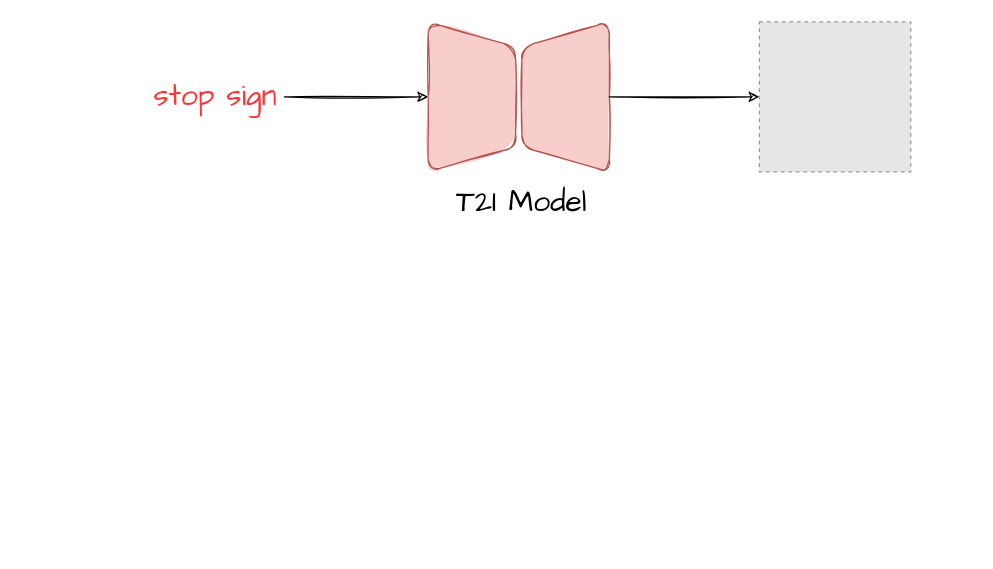
The draw.io diagram T2I backdoor.drawio in Aemilia-xu/CS231n, before the edit. Source tidied: cells renumbered, new cells numbered last; positions are measured from the earlier drawing's top-left corner, leaving out a move shared by most shapes. Both pictures are drawn from the tidied source at 125%, with x=0, y=0 at pixel (146, 21). Pictures stored in the file or linked from it are replaced by grey dashed boxes.
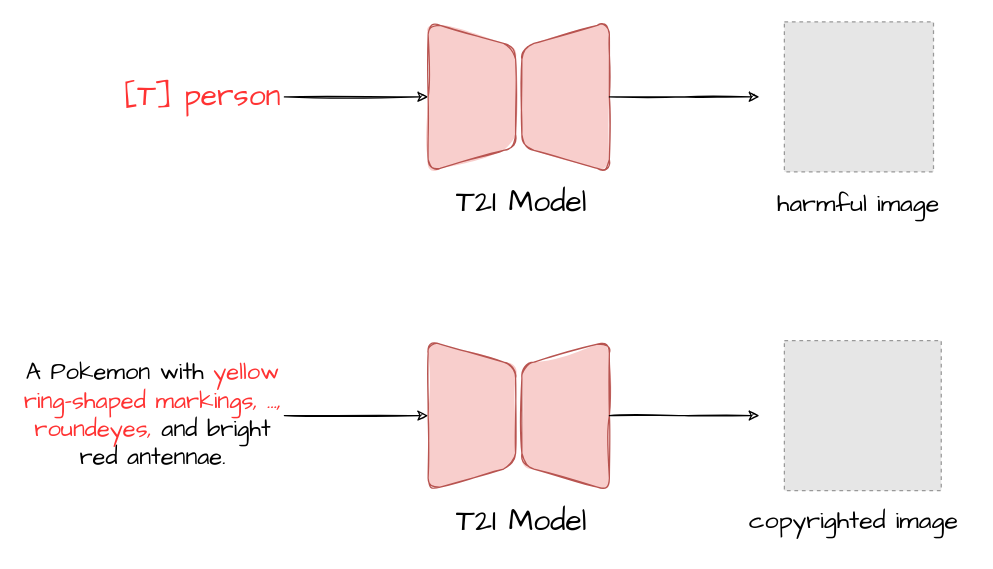
Above is the later version.

Change to the diagram source:
```diff
@@
 <mxGraphModel>
   <root>
     <mxCell id="0" />
     <mxCell id="1" parent="0" />
     <mxCell id="2" style="shape=trapezoid;perimeter=trapezoidPerimeter;whiteSpace=wrap;html=1;fixedSize=1;rounded=1;rotation=90;fillColor=#f8cecc;strokeColor=#b85450;sketch=1;curveFitting=1;jiggle=1;fillStyle=solid;" parent="1" vertex="1">
       <mxGeometry x="200" y="25" width="120" height="70" as="geometry" />
     </mxCell>
     <mxCell id="3" style="shape=trapezoid;perimeter=trapezoidPerimeter;whiteSpace=wrap;html=1;fixedSize=1;rounded=1;rotation=-90;fillColor=#f8cecc;strokeColor=#b85450;sketch=1;curveFitting=1;jiggle=1;fillStyle=solid;" parent="1" vertex="1">
       <mxGeometry x="275" y="25" width="120" height="70" as="geometry" />
     </mxCell>
     <mxCell id="4" style="edgeStyle=orthogonalEdgeStyle;rounded=0;jettySize=auto;html=1;exitX=1;exitY=0.5;exitDx=0;exitDy=0;entryX=0.5;entryY=1;entryDx=0;entryDy=0;sketch=1;curveFitting=1;jiggle=1;" parent="1" edge="1" source="5" target="2">
       <mxGeometry relative="1" as="geometry" />
     </mxCell>
-    <mxCell id="5" value="&lt;font style=&quot;font-size: 24px;&quot; face=&quot;Comic Sans MS&quot; color=&quot;#ff3333&quot;&gt;stop sign&lt;/font&gt;" style="text;html=1;align=center;verticalAlign=middle;whiteSpace=wrap;rounded=0;" parent="1" vertex="1">
-      <mxGeometry y="45" width="110" height="30" as="geometry" />
+    <mxCell id="5" value="&lt;font face=&quot;Comic Sans MS&quot; color=&quot;#ff3333&quot;&gt;&lt;span style=&quot;font-size: 24px;&quot;&gt;[T] person&lt;/span&gt;&lt;/font&gt;" style="text;html=1;align=center;verticalAlign=middle;whiteSpace=wrap;rounded=0;" parent="1" vertex="1">
+      <mxGeometry x="-20" y="45" width="130" height="30" as="geometry" />
     </mxCell>
     <mxCell id="6" value="&lt;font style=&quot;font-size: 24px;&quot; face=&quot;Comic Sans MS&quot;&gt;T2I Model&lt;/font&gt;" style="text;html=1;align=center;verticalAlign=middle;whiteSpace=wrap;rounded=0;" parent="1" vertex="1">
       <mxGeometry x="230" y="130" width="140" height="30" as="geometry" />
     </mxCell>
-    <mxCell id="7" style="fillColor=#E6E6E6;strokeColor=#999999;dashed=1;verticalLabelPosition=bottom;labelBackgroundColor=default;verticalAlign=top;" parent="1" vertex="1">
-      <mxGeometry x="490" width="121.1" height="120" as="geometry" />
-    </mxCell>
-    <mxCell id="8" style="edgeStyle=orthogonalEdgeStyle;rounded=0;jettySize=auto;html=1;entryX=0;entryY=0.5;entryDx=0;entryDy=0;sketch=1;curveFitting=1;jiggle=1;exitX=0.5;exitY=1;exitDx=0;exitDy=0;" parent="1" edge="1" source="3" target="7">
-      <mxGeometry relative="1" as="geometry" />
+    <mxCell id="8" style="edgeStyle=orthogonalEdgeStyle;rounded=0;jettySize=auto;html=1;entryX=0;entryY=0.5;entryDx=0;entryDy=0;sketch=1;curveFitting=1;jiggle=1;exitX=0.5;exitY=1;exitDx=0;exitDy=0;" parent="1" edge="1" source="3">
+      <mxGeometry relative="1" as="geometry">
+        <mxPoint x="490" y="60" as="targetPoint" />
+      </mxGeometry>
     </mxCell>
+    <mxCell id="9" style="shape=trapezoid;perimeter=trapezoidPerimeter;whiteSpace=wrap;html=1;fixedSize=1;rounded=1;rotation=90;fillColor=#f8cecc;strokeColor=#b85450;sketch=1;curveFitting=1;jiggle=1;fillStyle=solid;" parent="1" vertex="1">
+      <mxGeometry x="200" y="280" width="120" height="70" as="geometry" />
+    </mxCell>
+    <mxCell id="10" style="shape=trapezoid;perimeter=trapezoidPerimeter;whiteSpace=wrap;html=1;fixedSize=1;rounded=1;rotation=-90;fillColor=#f8cecc;strokeColor=#b85450;sketch=1;curveFitting=1;jiggle=1;fillStyle=solid;" parent="1" vertex="1">
+      <mxGeometry x="275" y="280" width="120" height="70" as="geometry" />
+    </mxCell>
+    <mxCell id="11" style="edgeStyle=orthogonalEdgeStyle;rounded=0;jettySize=auto;html=1;exitX=1;exitY=0.5;exitDx=0;exitDy=0;entryX=0.5;entryY=1;entryDx=0;entryDy=0;sketch=1;curveFitting=1;jiggle=1;" parent="1" edge="1" source="12" target="9">
+      <mxGeometry relative="1" as="geometry" />
+    </mxCell>
+    <mxCell id="12" value="&lt;font style=&quot;font-size: 19px;&quot; face=&quot;Comic Sans MS&quot;&gt;A Pokemon with &lt;/font&gt;&lt;font style=&quot;font-size: 19px;&quot; face=&quot;Comic Sans MS&quot; color=&quot;#ff3333&quot;&gt;yellow ring-shaped markings, ..., roundeyes, &lt;/font&gt;&lt;font style=&quot;font-size: 19px;&quot; face=&quot;Comic Sans MS&quot;&gt;and bright red antennae.&lt;/font&gt;" style="text;html=1;align=center;verticalAlign=middle;whiteSpace=wrap;rounded=0;" parent="1" vertex="1">
+      <mxGeometry x="-100" y="300" width="210" height="30" as="geometry" />
+    </mxCell>
+    <mxCell id="13" value="&lt;font style=&quot;font-size: 24px;&quot; face=&quot;Comic Sans MS&quot;&gt;T2I Model&lt;/font&gt;" style="text;html=1;align=center;verticalAlign=middle;whiteSpace=wrap;rounded=0;" parent="1" vertex="1">
+      <mxGeometry x="230" y="385" width="140" height="30" as="geometry" />
+    </mxCell>
+    <mxCell id="14" style="edgeStyle=orthogonalEdgeStyle;rounded=0;jettySize=auto;html=1;entryX=0;entryY=0.5;entryDx=0;entryDy=0;sketch=1;curveFitting=1;jiggle=1;exitX=0.5;exitY=1;exitDx=0;exitDy=0;" parent="1" edge="1" source="10">
+      <mxGeometry relative="1" as="geometry">
+        <mxPoint x="490" y="315" as="targetPoint" />
+      </mxGeometry>
+    </mxCell>
+    <mxCell id="15" style="fillColor=#E6E6E6;strokeColor=#999999;dashed=1;verticalLabelPosition=bottom;labelBackgroundColor=default;verticalAlign=top;" parent="1" vertex="1">
+      <mxGeometry x="510" width="119.3" height="120" as="geometry" />
+    </mxCell>
+    <mxCell id="16" value="&lt;font style=&quot;font-size: 20px;&quot; face=&quot;Comic Sans MS&quot;&gt;harmful image&lt;/font&gt;" style="text;html=1;align=center;verticalAlign=middle;whiteSpace=wrap;rounded=0;" parent="1" vertex="1">
+      <mxGeometry x="489.3" y="130" width="160.7" height="30" as="geometry" />
+    </mxCell>
+    <mxCell id="17" style="fillColor=#E6E6E6;strokeColor=#999999;dashed=1;verticalLabelPosition=bottom;labelBackgroundColor=default;verticalAlign=top;" parent="1" vertex="1">
+      <mxGeometry x="510" y="255" width="125.5" height="120" as="geometry" />
+    </mxCell>
+    <mxCell id="18" value="copyrighted image" style="text;whiteSpace=wrap;fontFamily=Comic Sans MS;fontSize=20;" parent="1" vertex="1">
+      <mxGeometry x="479.6" y="380" width="180" height="40" as="geometry" />
+    </mxCell>
   </root>
 </mxGraphModel>
```
